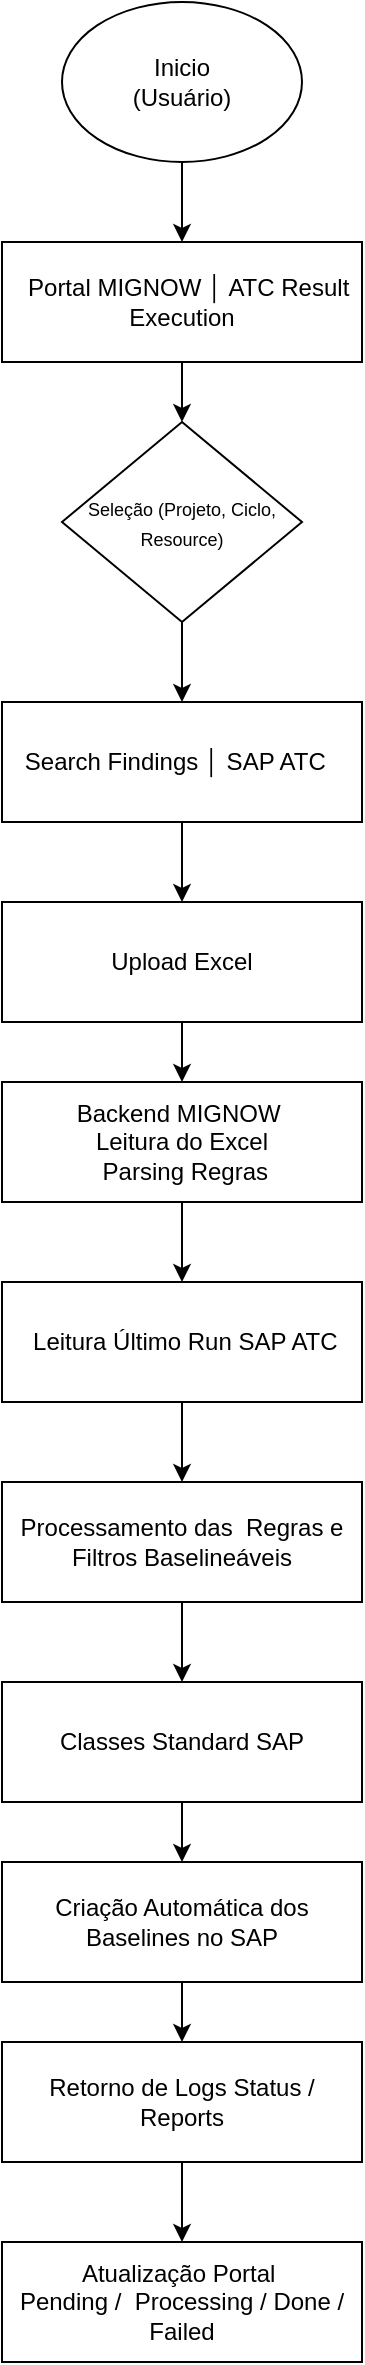
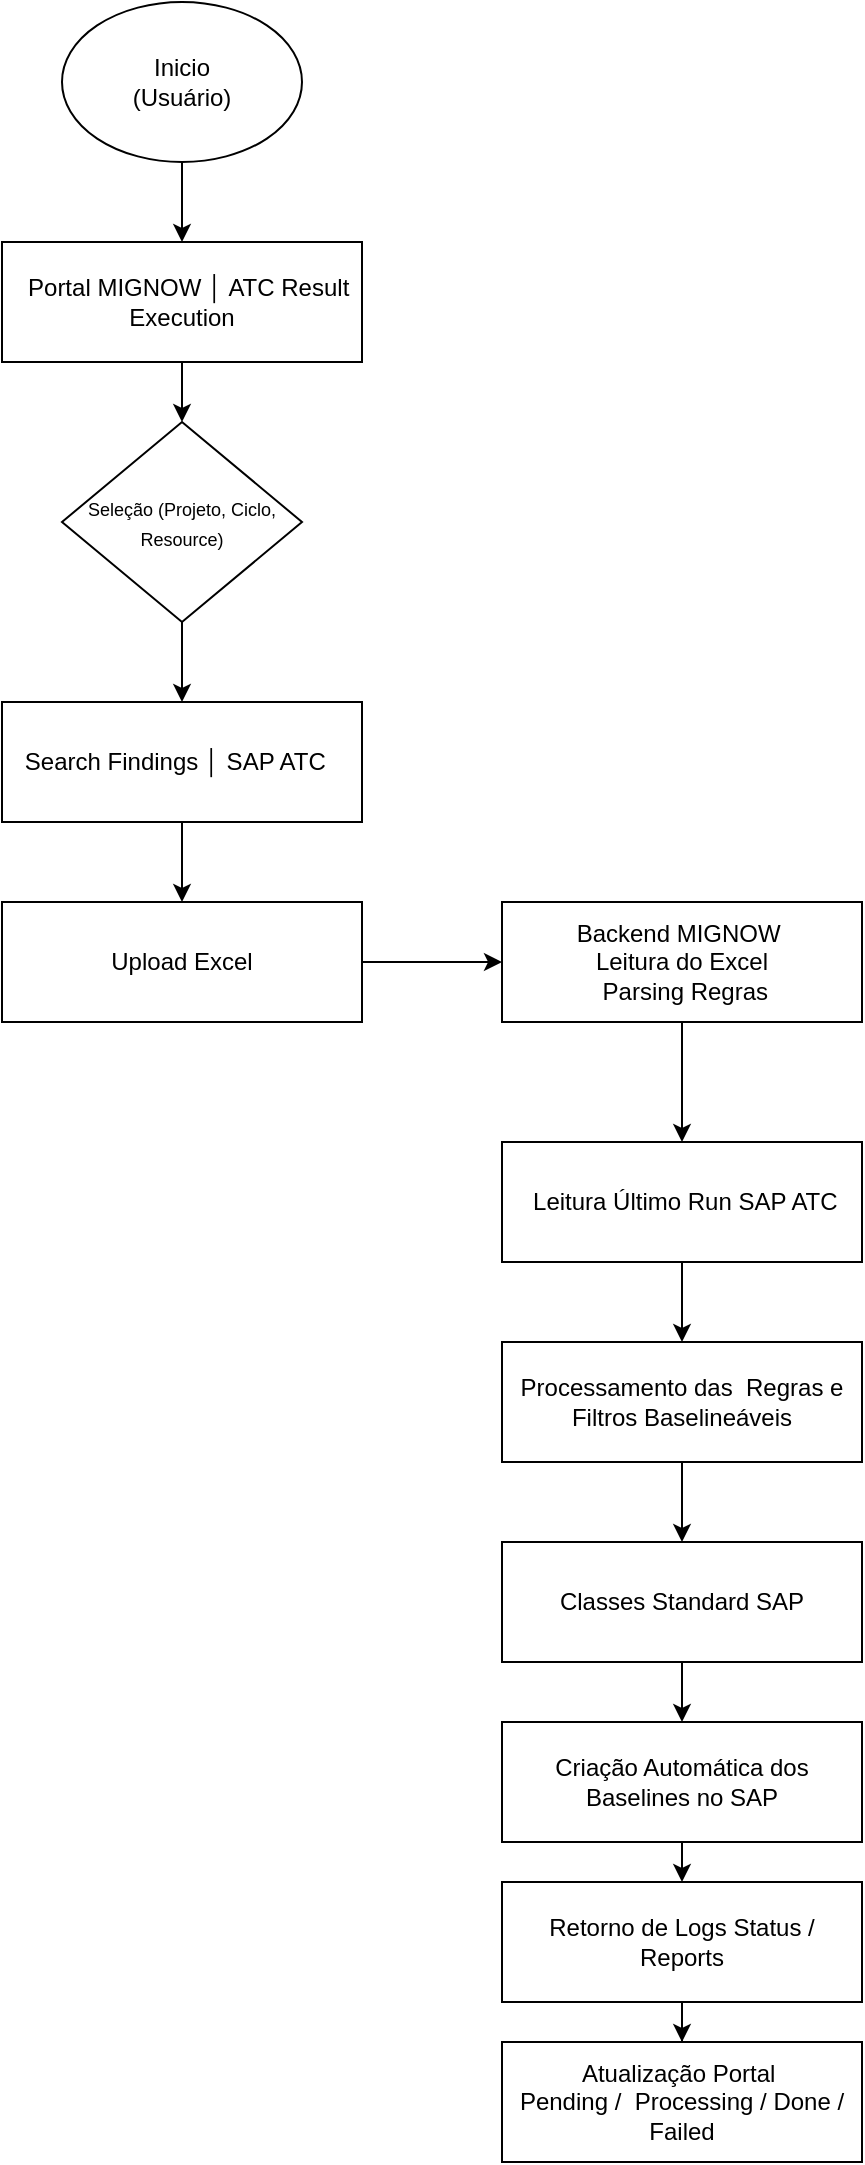
<mxfile host="app.diagrams.net">
  <diagram name="Página-1" id="p8qmiIVxrrPyoyP2OEKR">
-     <mxGraphModel dx="860" dy="465" grid="1" gridSize="10" guides="1" tooltips="1" connect="1" arrows="1" fold="1" page="1" pageScale="1" pageWidth="827" pageHeight="1169" math="0" shadow="0">
+     <mxGraphModel dx="1720" dy="930" grid="1" gridSize="10" guides="1" tooltips="1" connect="1" arrows="1" fold="1" page="1" pageScale="1" pageWidth="827" pageHeight="1169" math="0" shadow="0">
      <root>
        <mxCell id="0" />
        <mxCell id="1" parent="0" />
        <mxCell id="RDLP9FO2d5M8njvfW2jz-15" edge="1" parent="1" source="RDLP9FO2d5M8njvfW2jz-1" style="edgeStyle=orthogonalEdgeStyle;rounded=0;orthogonalLoop=1;jettySize=auto;html=1;exitX=0.5;exitY=1;exitDx=0;exitDy=0;entryX=0.5;entryY=0;entryDx=0;entryDy=0;" target="RDLP9FO2d5M8njvfW2jz-2">
          <mxGeometry relative="1" as="geometry" />
        </mxCell>
        <mxCell id="RDLP9FO2d5M8njvfW2jz-1" parent="1" style="ellipse;whiteSpace=wrap;html=1;" value="Inicio&lt;div&gt;(Usuário)&lt;/div&gt;" vertex="1">
          <mxGeometry height="80" width="120" x="350" y="140" as="geometry" />
        </mxCell>
        <mxCell id="RDLP9FO2d5M8njvfW2jz-16" edge="1" parent="1" source="RDLP9FO2d5M8njvfW2jz-2" style="edgeStyle=orthogonalEdgeStyle;rounded=0;orthogonalLoop=1;jettySize=auto;html=1;entryX=0.5;entryY=0;entryDx=0;entryDy=0;" target="RDLP9FO2d5M8njvfW2jz-4">
          <mxGeometry relative="1" as="geometry" />
        </mxCell>
        <mxCell id="RDLP9FO2d5M8njvfW2jz-2" parent="1" style="rounded=0;whiteSpace=wrap;html=1;" value="&amp;nbsp; Portal MIGNOW     │ ATC Result Execution" vertex="1">
          <mxGeometry height="60" width="180" x="320" y="260" as="geometry" />
        </mxCell>
        <mxCell id="RDLP9FO2d5M8njvfW2jz-18" edge="1" parent="1" source="RDLP9FO2d5M8njvfW2jz-3" style="edgeStyle=orthogonalEdgeStyle;rounded=0;orthogonalLoop=1;jettySize=auto;html=1;exitX=0.5;exitY=1;exitDx=0;exitDy=0;entryX=0.5;entryY=0;entryDx=0;entryDy=0;" target="RDLP9FO2d5M8njvfW2jz-6">
          <mxGeometry relative="1" as="geometry" />
        </mxCell>
        <mxCell id="RDLP9FO2d5M8njvfW2jz-3" parent="1" style="rounded=0;whiteSpace=wrap;html=1;" value="&amp;nbsp;Search Findings   │ SAP ATC&amp;nbsp; &amp;nbsp;" vertex="1">
          <mxGeometry height="60" width="180" x="320" y="490" as="geometry" />
        </mxCell>
        <mxCell id="RDLP9FO2d5M8njvfW2jz-17" edge="1" parent="1" source="RDLP9FO2d5M8njvfW2jz-4" style="edgeStyle=orthogonalEdgeStyle;rounded=0;orthogonalLoop=1;jettySize=auto;html=1;exitX=0.5;exitY=1;exitDx=0;exitDy=0;entryX=0.5;entryY=0;entryDx=0;entryDy=0;" target="RDLP9FO2d5M8njvfW2jz-3">
          <mxGeometry relative="1" as="geometry" />
        </mxCell>
        <mxCell id="RDLP9FO2d5M8njvfW2jz-4" parent="1" style="rhombus;whiteSpace=wrap;html=1;" value="&lt;font style=&quot;font-size: 9px;&quot;&gt;Seleção (Projeto, Ciclo, Resource)&lt;/font&gt;" vertex="1">
          <mxGeometry height="100" width="120" x="350" y="350" as="geometry" />
        </mxCell>
-         <mxCell id="RDLP9FO2d5M8njvfW2jz-19" edge="1" parent="1" source="RDLP9FO2d5M8njvfW2jz-6" style="edgeStyle=orthogonalEdgeStyle;rounded=0;orthogonalLoop=1;jettySize=auto;html=1;exitX=0.5;exitY=1;exitDx=0;exitDy=0;entryX=0.5;entryY=0;entryDx=0;entryDy=0;" target="RDLP9FO2d5M8njvfW2jz-7">
+         <mxCell id="39Xau_F-mO9StMA48ONJ-2" edge="1" parent="1" source="RDLP9FO2d5M8njvfW2jz-6" style="edgeStyle=orthogonalEdgeStyle;rounded=0;orthogonalLoop=1;jettySize=auto;html=1;" target="RDLP9FO2d5M8njvfW2jz-7" value="">
          <mxGeometry relative="1" as="geometry" />
        </mxCell>
        <mxCell id="RDLP9FO2d5M8njvfW2jz-6" parent="1" style="rounded=0;whiteSpace=wrap;html=1;" value="Upload Excel  " vertex="1">
          <mxGeometry height="60" width="180" x="320" y="590" as="geometry" />
        </mxCell>
        <mxCell id="RDLP9FO2d5M8njvfW2jz-20" edge="1" parent="1" source="RDLP9FO2d5M8njvfW2jz-7" style="edgeStyle=orthogonalEdgeStyle;rounded=0;orthogonalLoop=1;jettySize=auto;html=1;exitX=0.5;exitY=1;exitDx=0;exitDy=0;entryX=0.5;entryY=0;entryDx=0;entryDy=0;" target="RDLP9FO2d5M8njvfW2jz-8">
          <mxGeometry relative="1" as="geometry" />
        </mxCell>
        <mxCell id="RDLP9FO2d5M8njvfW2jz-7" parent="1" style="rounded=0;whiteSpace=wrap;html=1;" value=" Backend MIGNOW&amp;nbsp;&lt;div&gt;Leitura do Excel&lt;div&gt;&amp;nbsp;Parsing Regras  &lt;/div&gt;&lt;/div&gt;" vertex="1">
-           <mxGeometry height="60" width="180" x="320" y="680" as="geometry" />
+           <mxGeometry height="60" width="180" x="570" y="590" as="geometry" />
        </mxCell>
        <mxCell id="RDLP9FO2d5M8njvfW2jz-21" edge="1" parent="1" source="RDLP9FO2d5M8njvfW2jz-8" style="edgeStyle=orthogonalEdgeStyle;rounded=0;orthogonalLoop=1;jettySize=auto;html=1;exitX=0.5;exitY=1;exitDx=0;exitDy=0;" target="RDLP9FO2d5M8njvfW2jz-9">
          <mxGeometry relative="1" as="geometry" />
        </mxCell>
        <mxCell id="RDLP9FO2d5M8njvfW2jz-8" parent="1" style="rounded=0;whiteSpace=wrap;html=1;" value="&amp;nbsp;Leitura Último Run SAP ATC" vertex="1">
-           <mxGeometry height="60" width="180" x="320" y="780" as="geometry" />
+           <mxGeometry height="60" width="180" x="570" y="710" as="geometry" />
        </mxCell>
        <mxCell id="RDLP9FO2d5M8njvfW2jz-22" edge="1" parent="1" source="RDLP9FO2d5M8njvfW2jz-9" style="edgeStyle=orthogonalEdgeStyle;rounded=0;orthogonalLoop=1;jettySize=auto;html=1;exitX=0.5;exitY=1;exitDx=0;exitDy=0;" target="RDLP9FO2d5M8njvfW2jz-10">
          <mxGeometry relative="1" as="geometry" />
        </mxCell>
        <mxCell id="RDLP9FO2d5M8njvfW2jz-9" parent="1" style="rounded=0;whiteSpace=wrap;html=1;" value="Processamento das&amp;nbsp; Regras e Filtros Baselineáveis " vertex="1">
-           <mxGeometry height="60" width="180" x="320" y="880" as="geometry" />
+           <mxGeometry height="60" width="180" x="570" y="810" as="geometry" />
        </mxCell>
        <mxCell id="RDLP9FO2d5M8njvfW2jz-23" edge="1" parent="1" source="RDLP9FO2d5M8njvfW2jz-10" style="edgeStyle=orthogonalEdgeStyle;rounded=0;orthogonalLoop=1;jettySize=auto;html=1;exitX=0.5;exitY=1;exitDx=0;exitDy=0;entryX=0.5;entryY=0;entryDx=0;entryDy=0;" target="RDLP9FO2d5M8njvfW2jz-11">
          <mxGeometry relative="1" as="geometry" />
        </mxCell>
        <mxCell id="RDLP9FO2d5M8njvfW2jz-10" parent="1" style="rounded=0;whiteSpace=wrap;html=1;" value="Classes Standard SAP" vertex="1">
-           <mxGeometry height="60" width="180" x="320" y="980" as="geometry" />
+           <mxGeometry height="60" width="180" x="570" y="910" as="geometry" />
        </mxCell>
        <mxCell id="RDLP9FO2d5M8njvfW2jz-24" edge="1" parent="1" source="RDLP9FO2d5M8njvfW2jz-11" style="edgeStyle=orthogonalEdgeStyle;rounded=0;orthogonalLoop=1;jettySize=auto;html=1;exitX=0.5;exitY=1;exitDx=0;exitDy=0;entryX=0.5;entryY=0;entryDx=0;entryDy=0;" target="RDLP9FO2d5M8njvfW2jz-12">
          <mxGeometry relative="1" as="geometry" />
        </mxCell>
        <mxCell id="RDLP9FO2d5M8njvfW2jz-11" parent="1" style="rounded=0;whiteSpace=wrap;html=1;" value="Criação Automática dos Baselines no SAP   " vertex="1">
-           <mxGeometry height="60" width="180" x="320" y="1070" as="geometry" />
+           <mxGeometry height="60" width="180" x="570" y="1000" as="geometry" />
        </mxCell>
        <mxCell id="RDLP9FO2d5M8njvfW2jz-25" edge="1" parent="1" source="RDLP9FO2d5M8njvfW2jz-12" style="edgeStyle=orthogonalEdgeStyle;rounded=0;orthogonalLoop=1;jettySize=auto;html=1;" target="RDLP9FO2d5M8njvfW2jz-13" value="">
          <mxGeometry relative="1" as="geometry" />
        </mxCell>
        <mxCell id="RDLP9FO2d5M8njvfW2jz-12" parent="1" style="rounded=0;whiteSpace=wrap;html=1;" value="Retorno de Logs Status / Reports" vertex="1">
-           <mxGeometry height="60" width="180" x="320" y="1160" as="geometry" />
+           <mxGeometry height="60" width="180" x="570" y="1080" as="geometry" />
        </mxCell>
        <mxCell id="RDLP9FO2d5M8njvfW2jz-13" parent="1" style="rounded=0;whiteSpace=wrap;html=1;" value="Atualização Portal&amp;nbsp;&lt;div&gt;Pending /&amp;nbsp; Processing / Done / Failed&lt;/div&gt;" vertex="1">
-           <mxGeometry height="60" width="180" x="320" y="1260" as="geometry" />
+           <mxGeometry height="60" width="180" x="570" y="1160" as="geometry" />
        </mxCell>
      </root>
    </mxGraphModel>
  </diagram>
</mxfile>
